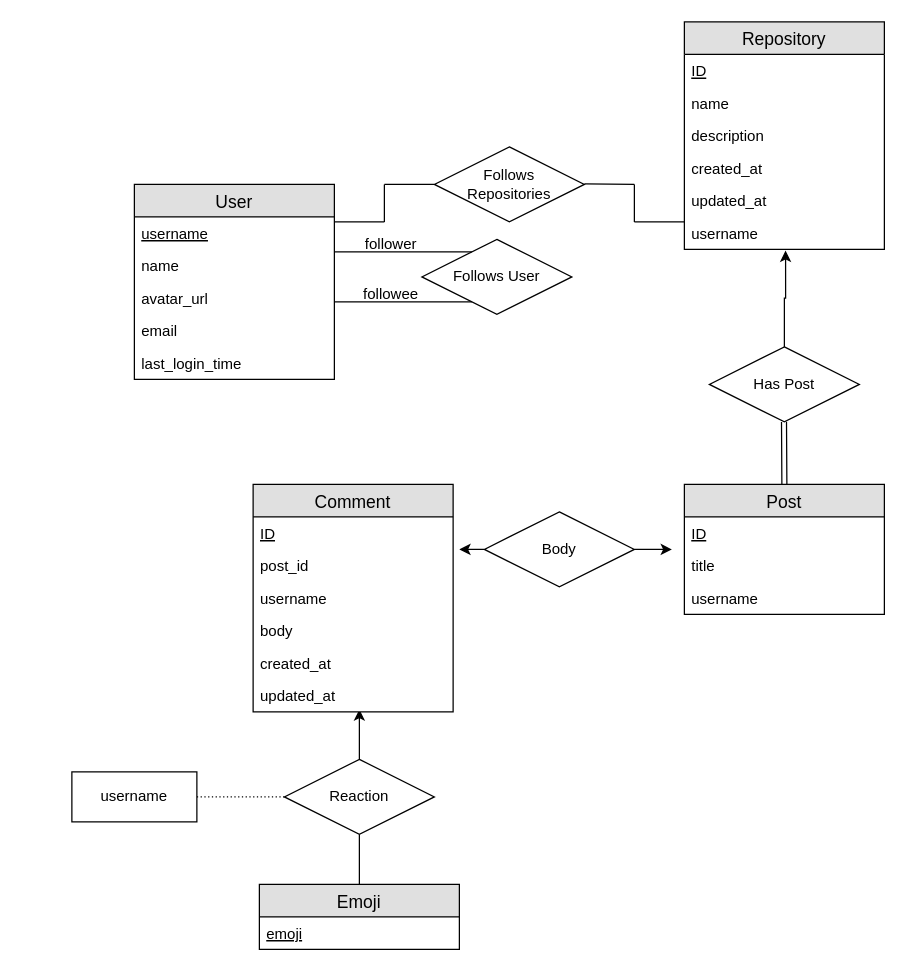
zahin-mohammad/ece356-project keeps this draw.io diagram as entity-relationship-model.drawio. Above is the earlier version. Source tidied: cells renumbered, new cells numbered last; positions are measured from the earlier drawing's top-left corner, leaving out a move shared by most shapes. Both pictures are drawn from the tidied source at 125%, with x=0, y=0 at pixel (71, 21).
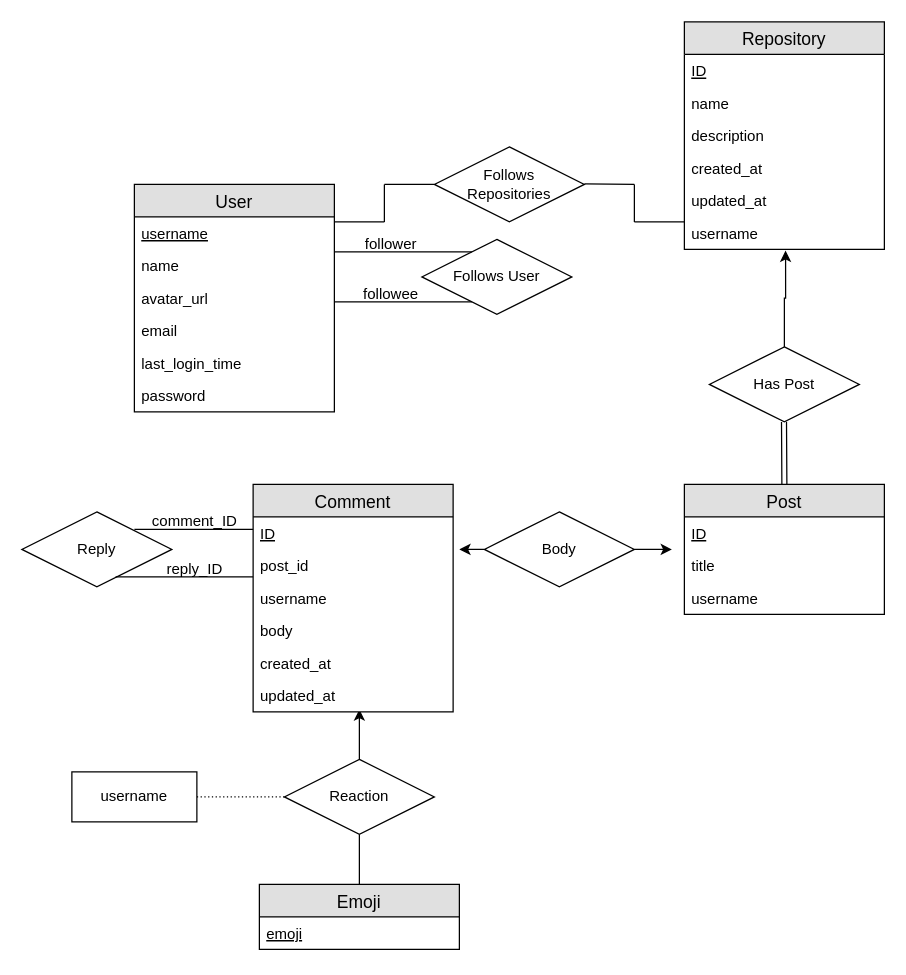
After the change.

Commit message:
Add password and replies to ER model

What changed in the source:
```diff
@@
     <mxCell id="26" value="User" style="swimlane;fontStyle=0;horizontal=1;startSize=26;fillColor=#e0e0e0;swimlaneFillColor=#ffffff;align=center;fontSize=14;" parent="1" vertex="1">
-      <mxGeometry x="50" y="130" width="160" height="156" as="geometry" />
+      <mxGeometry x="50" y="130" width="160" height="182" as="geometry" />
     </mxCell>
@@
+    <mxCell id="52" value="password" style="text;strokeColor=none;fillColor=none;spacingLeft=4;spacingRight=4;overflow=hidden;fontSize=12;" parent="26" vertex="1">
+      <mxGeometry y="156" width="160" height="26" as="geometry" />
+    </mxCell>
@@
+    <mxCell id="53" value="Reply" style="shape=rhombus;perimeter=rhombusPerimeter;whiteSpace=wrap;html=1;align=center;" parent="1" vertex="1">
+      <mxGeometry x="-40" y="392" width="120" height="60" as="geometry" />
+    </mxCell>
+    <mxCell id="54" style="line;strokeWidth=1;fillColor=none;align=left;verticalAlign=middle;spacingTop=-1;spacingLeft=3;spacingRight=3;labelPosition=right;fontSize=12;" parent="1" vertex="1">
+      <mxGeometry x="50" y="402" width="95" height="8" as="geometry" />
+    </mxCell>
+    <mxCell id="55" style="line;strokeWidth=1;fillColor=none;align=left;verticalAlign=middle;spacingTop=-1;spacingLeft=3;spacingRight=3;labelPosition=right;fontSize=12;" parent="1" vertex="1">
+      <mxGeometry x="35" y="440" width="110" height="8" as="geometry" />
+    </mxCell>
+    <mxCell id="56" value="comment_ID" style="text;html=1;align=center;verticalAlign=middle;" parent="1" vertex="1">
+      <mxGeometry x="57.5" y="390" width="80" height="20" as="geometry" />
+    </mxCell>
+    <mxCell id="57" value="reply_ID" style="text;html=1;align=center;verticalAlign=middle;" parent="1" vertex="1">
+      <mxGeometry x="67.5" y="428" width="60" height="20" as="geometry" />
+    </mxCell>
```
